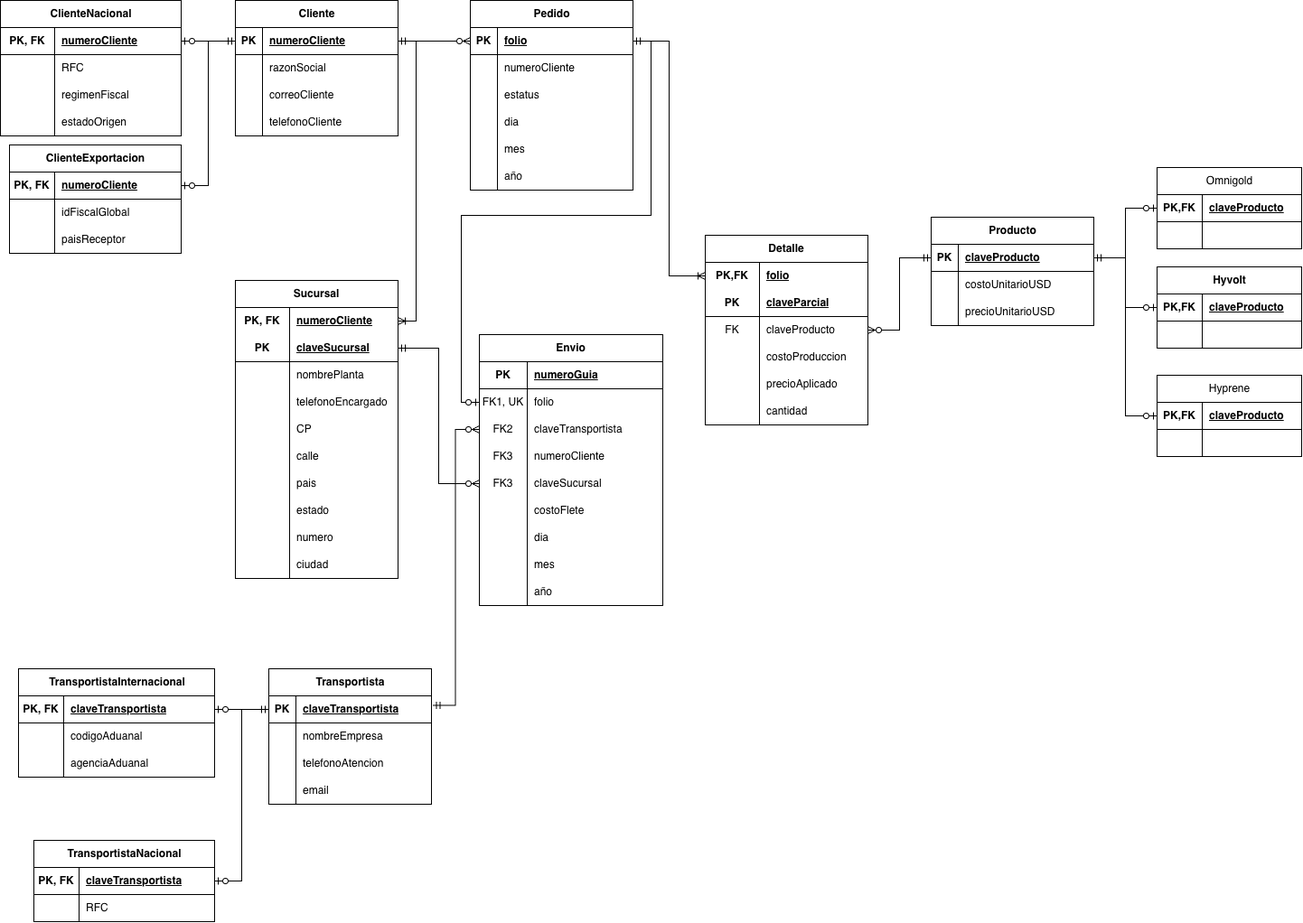
oatbrend/PRACTICA2-DB keeps this draw.io diagram as proyecto-propio/eer-crows-feet.png. Above is the earlier version. Source tidied: cells renumbered, new cells last; positions are measured from the earlier drawing's top-left corner, leaving out a move shared by most shapes.
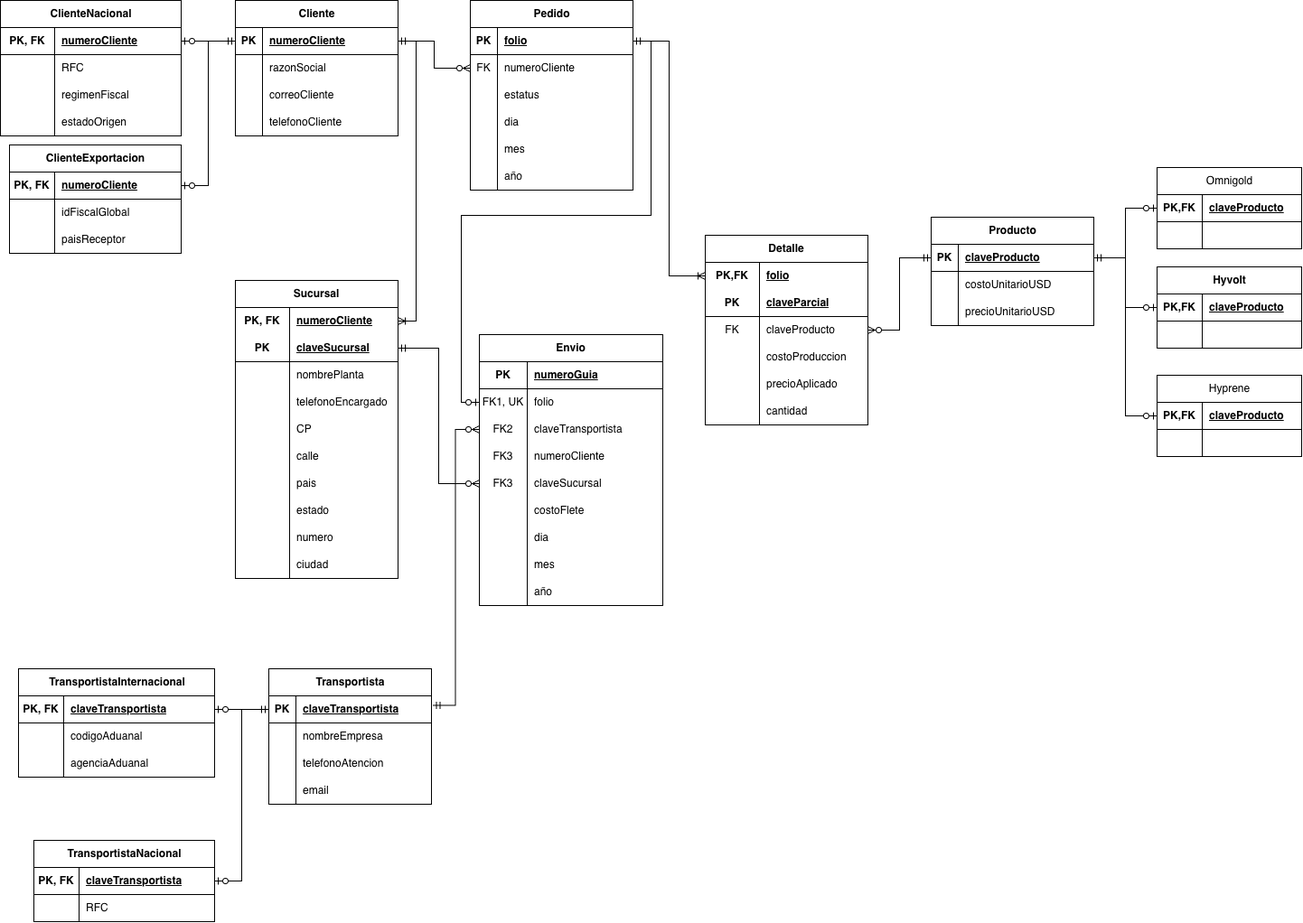
After the commit.

Commit message:
Add modelo EER en notacion Crows feet

Diff of the diagram source:
```diff
@@ -212,10 +212,8 @@
     <mxCell id="71" style="edgeStyle=orthogonalEdgeStyle;rounded=0;jettySize=auto;html=1;exitX=1;exitY=0.5;exitDx=0;exitDy=0;entryX=1;entryY=0.5;entryDx=0;entryDy=0;endArrow=ERoneToMany;endFill=0;startArrow=ERmandOne;startFill=0;" parent="1" edge="1" source="3" target="39">
       <mxGeometry relative="1" as="geometry" />
     </mxCell>
-    <mxCell id="72" style="edgeStyle=orthogonalEdgeStyle;rounded=0;jettySize=auto;html=1;exitX=1;exitY=0.5;exitDx=0;exitDy=0;entryX=0;entryY=0.5;entryDx=0;entryDy=0;startArrow=ERmandOne;startFill=0;endArrow=ERzeroToMany;endFill=0;" parent="1" edge="1" source="3">
-      <mxGeometry relative="1" as="geometry">
-        <mxPoint x="520" y="45" as="targetPoint" />
-      </mxGeometry>
+    <mxCell id="72" style="edgeStyle=orthogonalEdgeStyle;rounded=0;jettySize=auto;html=1;exitX=1;exitY=0.5;exitDx=0;exitDy=0;entryX=0;entryY=0.5;entryDx=0;entryDy=0;startArrow=ERmandOne;startFill=0;endArrow=ERzeroToMany;endFill=0;" parent="1" edge="1" source="3" target="176">
+      <mxGeometry x="-0.27" relative="1" as="geometry" />
     </mxCell>
     <mxCell id="73" style="edgeStyle=orthogonalEdgeStyle;rounded=0;jettySize=auto;html=1;entryX=0;entryY=0.5;entryDx=0;entryDy=0;endArrow=ERoneToMany;endFill=0;startArrow=ERmandOne;startFill=0;exitX=1;exitY=0.5;exitDx=0;exitDy=0;" parent="1" edge="1" source="173" target="192">
       <mxGeometry x="0.09" relative="1" as="geometry" />
@@ -537,7 +535,7 @@
     <mxCell id="176" style="shape=tableRow;horizontal=0;startSize=0;swimlaneHead=0;swimlaneBody=0;fillColor=none;points=[[0,0.5],[1,0.5]];portConstraint=eastwest;top=0;left=0;right=0;bottom=0;" parent="172" vertex="1">
       <mxGeometry y="60" width="180" height="30" as="geometry" />
     </mxCell>
-    <mxCell id="177" style="shape=partialRectangle;fillColor=none;top=0;left=0;bottom=0;right=0;overflow=hidden;whiteSpace=wrap;html=1;" parent="176" vertex="1">
+    <mxCell id="177" value="FK" style="shape=partialRectangle;fillColor=none;top=0;left=0;bottom=0;right=0;overflow=hidden;whiteSpace=wrap;html=1;" parent="176" vertex="1">
       <mxGeometry width="30" height="30" as="geometry" />
     </mxCell>
     <mxCell id="178" value="numeroCliente" style="shape=partialRectangle;fillColor=none;top=0;left=0;bottom=0;right=0;align=left;spacingLeft=6;overflow=hidden;whiteSpace=wrap;html=1;" parent="176" vertex="1">
```
